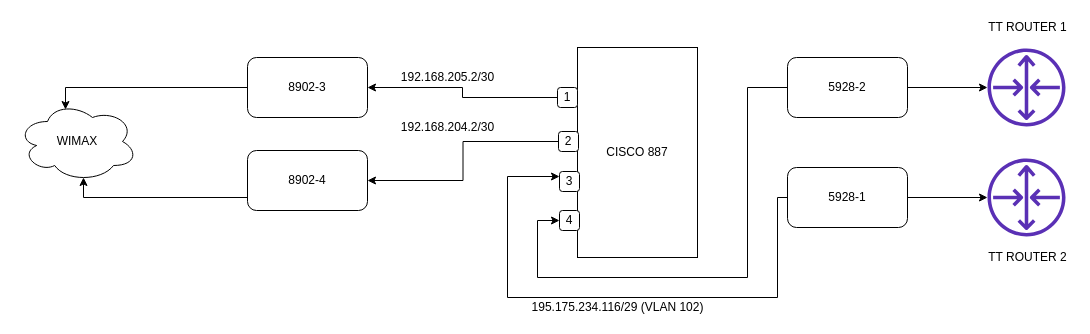
This is wimax.drawio from obilginer/ciftcirobot, a draw.io file, before an edit. Source tidied: cells renumbered, new cells numbered last; positions are measured from the earlier drawing's top-left corner, leaving out a move shared by most shapes. Both pictures are drawn from the tidied source at 100%, with x=0, y=0 at pixel (17, 17).
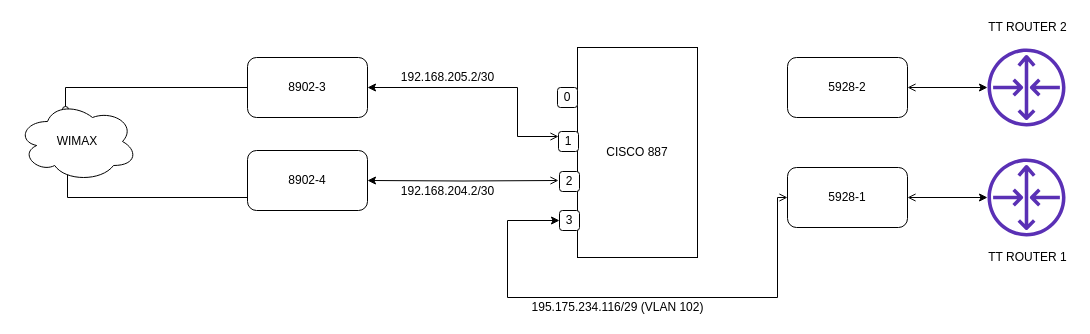
The same diagram, later.

The change refers to these unchanged cells:
```xml
<mxCell id="10" value="8902-3" style="rounded=1;whiteSpace=wrap;html=1;" parent="1" vertex="1">
  <mxGeometry x="230" y="40" width="120" height="60" as="geometry" />
</mxCell>
<mxCell id="12" value="8902-4" style="rounded=1;whiteSpace=wrap;html=1;" parent="1" vertex="1">
  <mxGeometry x="230" y="133" width="120" height="60" as="geometry" />
</mxCell>
<mxCell id="15" value="5928-2" style="rounded=1;whiteSpace=wrap;html=1;" parent="1" vertex="1">
  <mxGeometry x="770" y="40" width="120" height="60" as="geometry" />
</mxCell>
<mxCell id="18" value="5928-1" style="rounded=1;whiteSpace=wrap;html=1;" parent="1" vertex="1">
  <mxGeometry x="770" y="150" width="120" height="60" as="geometry" />
</mxCell>
<mxCell id="19" style="outlineConnect=0;fontColor=#232F3E;gradientColor=none;fillColor=#5A30B5;strokeColor=none;dashed=0;verticalLabelPosition=bottom;verticalAlign=top;align=center;html=1;fontSize=12;fontStyle=0;shape=mxgraph.aws4.router;" parent="1" vertex="1">
  <mxGeometry x="970" y="31" width="78" height="78" as="geometry" />
</mxCell>
<mxCell id="20" style="outlineConnect=0;fontColor=#232F3E;gradientColor=none;fillColor=#5A30B5;strokeColor=none;dashed=0;verticalLabelPosition=bottom;verticalAlign=top;align=center;html=1;fontSize=12;fontStyle=0;shape=mxgraph.aws4.router;" parent="1" vertex="1">
  <mxGeometry x="970" y="141" width="78" height="78" as="geometry" />
</mxCell>
<mxCell id="26" value="WIMAX" style="ellipse;shape=cloud;whiteSpace=wrap;html=1;" parent="1" vertex="1">
  <mxGeometry y="84" width="120" height="80" as="geometry" />
</mxCell>
```

Change to the diagram source:
```diff
@@
-    <mxCell id="3" style="edgeStyle=orthogonalEdgeStyle;rounded=0;jettySize=auto;html=1;exitX=0;exitY=0.5;exitDx=0;exitDy=0;entryX=1;entryY=0.5;entryDx=0;entryDy=0;" parent="1" edge="1" source="4" target="10">
-      <mxGeometry relative="1" as="geometry" />
+    <mxCell id="3" style="edgeStyle=orthogonalEdgeStyle;rounded=0;jettySize=auto;html=1;exitX=0;exitY=0.25;exitDx=0;exitDy=0;entryX=1;entryY=0.5;entryDx=0;entryDy=0;startArrow=open;startFill=0;" parent="1" edge="1" source="6" target="10">
+      <mxGeometry relative="1" as="geometry">
+        <Array as="points">
+          <mxPoint x="500" y="119" />
+          <mxPoint x="500" y="70" />
+        </Array>
+      </mxGeometry>
     </mxCell>
-    <mxCell id="4" value="1" style="rounded=1;whiteSpace=wrap;html=1;" parent="1" vertex="1">
+    <mxCell id="4" value="0" style="rounded=1;whiteSpace=wrap;html=1;" parent="1" vertex="1">
       <mxGeometry x="540" y="70" width="20" height="20" as="geometry" />
     </mxCell>
-    <mxCell id="5" style="edgeStyle=orthogonalEdgeStyle;rounded=0;jettySize=auto;html=1;exitX=0;exitY=0.5;exitDx=0;exitDy=0;entryX=1;entryY=0.5;entryDx=0;entryDy=0;" parent="1" edge="1" source="6" target="12">
-      <mxGeometry relative="1" as="geometry" />
+    <mxCell id="5" style="edgeStyle=orthogonalEdgeStyle;rounded=0;jettySize=auto;html=1;entryX=1;entryY=0.5;entryDx=0;entryDy=0;startArrow=open;startFill=0;" parent="1" edge="1" target="12">
+      <mxGeometry relative="1" as="geometry">
+        <mxPoint x="541" y="163" as="sourcePoint" />
+      </mxGeometry>
     </mxCell>
-    <mxCell id="6" value="2" style="rounded=1;whiteSpace=wrap;html=1;" parent="1" vertex="1">
+    <mxCell id="6" value="1" style="rounded=1;whiteSpace=wrap;html=1;" parent="1" vertex="1">
       <mxGeometry x="541" y="114" width="20" height="20" as="geometry" />
     </mxCell>
-    <mxCell id="7" value="3" style="rounded=1;whiteSpace=wrap;html=1;" parent="1" vertex="1">
+    <mxCell id="7" value="2" style="rounded=1;whiteSpace=wrap;html=1;" parent="1" vertex="1">
       <mxGeometry x="542" y="154" width="20" height="20" as="geometry" />
     </mxCell>
-    <mxCell id="8" value="4" style="rounded=1;whiteSpace=wrap;html=1;" parent="1" vertex="1">
+    <mxCell id="8" value="3" style="rounded=1;whiteSpace=wrap;html=1;" parent="1" vertex="1">
       <mxGeometry x="542" y="193" width="20" height="20" as="geometry" />
     </mxCell>
-    <mxCell id="9" style="edgeStyle=orthogonalEdgeStyle;rounded=0;jettySize=auto;html=1;exitX=0;exitY=0.5;exitDx=0;exitDy=0;entryX=0.4;entryY=0.1;entryDx=0;entryDy=0;entryPerimeter=0;" parent="1" edge="1" source="10" target="26">
+    <mxCell id="9" style="edgeStyle=orthogonalEdgeStyle;rounded=0;jettySize=auto;html=1;exitX=0;exitY=0.5;exitDx=0;exitDy=0;entryX=0.4;entryY=0.1;entryDx=0;entryDy=0;entryPerimeter=0;endArrow=oval;endFill=0;" parent="1" edge="1" source="10" target="26">
       <mxGeometry relative="1" as="geometry">
         <Array as="points">
           <mxPoint x="48" y="70" />
         </Array>
       </mxGeometry>
     </mxCell>
@@
-    <mxCell id="11" style="edgeStyle=orthogonalEdgeStyle;rounded=0;jettySize=auto;html=1;exitX=0;exitY=0.5;exitDx=0;exitDy=0;entryX=0.55;entryY=0.95;entryDx=0;entryDy=0;entryPerimeter=0;" parent="1" edge="1" source="12" target="26">
+    <mxCell id="11" style="edgeStyle=orthogonalEdgeStyle;rounded=0;jettySize=auto;html=1;exitX=0;exitY=0.5;exitDx=0;exitDy=0;entryX=0.31;entryY=0.8;entryDx=0;entryDy=0;entryPerimeter=0;" parent="1" edge="1" source="12" target="26">
       <mxGeometry relative="1" as="geometry">
         <Array as="points">
           <mxPoint x="230" y="180" />
-          <mxPoint x="66" y="180" />
+          <mxPoint x="50" y="180" />
+          <mxPoint x="50" y="148" />
         </Array>
       </mxGeometry>
     </mxCell>
@@
-    <mxCell id="13" style="edgeStyle=orthogonalEdgeStyle;rounded=0;jettySize=auto;html=1;exitX=0;exitY=0.5;exitDx=0;exitDy=0;entryX=0;entryY=0.5;entryDx=0;entryDy=0;" parent="1" edge="1" source="15" target="8">
-      <mxGeometry relative="1" as="geometry">
-        <Array as="points">
-          <mxPoint x="730" y="70" />
-          <mxPoint x="730" y="260" />
-          <mxPoint x="520" y="260" />
-          <mxPoint x="520" y="203" />
-        </Array>
-      </mxGeometry>
-    </mxCell>
-    <mxCell id="14" style="edgeStyle=orthogonalEdgeStyle;rounded=0;jettySize=auto;html=1;exitX=1;exitY=0.5;exitDx=0;exitDy=0;" parent="1" edge="1" source="15" target="19">
+    <mxCell id="14" style="edgeStyle=orthogonalEdgeStyle;rounded=0;jettySize=auto;html=1;exitX=1;exitY=0.5;exitDx=0;exitDy=0;startArrow=open;startFill=0;" parent="1" edge="1" source="15" target="19">
       <mxGeometry relative="1" as="geometry" />
     </mxCell>
@@
-    <mxCell id="16" style="edgeStyle=orthogonalEdgeStyle;rounded=0;jettySize=auto;html=1;exitX=0;exitY=0.5;exitDx=0;exitDy=0;entryX=0;entryY=0.25;entryDx=0;entryDy=0;" parent="1" edge="1" source="18" target="7">
+    <mxCell id="16" style="edgeStyle=orthogonalEdgeStyle;rounded=0;jettySize=auto;html=1;exitX=0;exitY=0.5;exitDx=0;exitDy=0;entryX=0;entryY=0.5;entryDx=0;entryDy=0;startArrow=open;startFill=0;" parent="1" edge="1" source="18" target="8">
       <mxGeometry relative="1" as="geometry">
         <Array as="points">
           <mxPoint x="760" y="180" />
           <mxPoint x="760" y="280" />
           <mxPoint x="490" y="280" />
-          <mxPoint x="490" y="159" />
+          <mxPoint x="490" y="203" />
         </Array>
       </mxGeometry>
     </mxCell>
-    <mxCell id="17" style="edgeStyle=orthogonalEdgeStyle;rounded=0;jettySize=auto;html=1;exitX=1;exitY=0.5;exitDx=0;exitDy=0;" parent="1" edge="1" source="18" target="20">
+    <mxCell id="17" style="edgeStyle=orthogonalEdgeStyle;rounded=0;jettySize=auto;html=1;exitX=1;exitY=0.5;exitDx=0;exitDy=0;startArrow=open;startFill=0;" parent="1" edge="1" source="18" target="20">
       <mxGeometry relative="1" as="geometry" />
     </mxCell>
@@
-    <mxCell id="21" value="TT ROUTER 2" style="text;html=1;align=center;verticalAlign=middle;strokeColor=none;" parent="1" vertex="1">
+    <mxCell id="21" value="TT ROUTER 1" style="text;html=1;align=center;verticalAlign=middle;strokeColor=none;" parent="1" vertex="1">
       <mxGeometry x="965" y="230" width="90" height="20" as="geometry" />
     </mxCell>
-    <mxCell id="22" value="TT ROUTER 1" style="text;html=1;align=center;verticalAlign=middle;strokeColor=none;" parent="1" vertex="1">
+    <mxCell id="22" value="TT ROUTER 2" style="text;html=1;align=center;verticalAlign=middle;strokeColor=none;" parent="1" vertex="1">
       <mxGeometry x="965" width="90" height="20" as="geometry" />
     </mxCell>
@@
     <mxCell id="24" value="192.168.204.2/30" style="text;html=1;align=center;verticalAlign=middle;strokeColor=none;" parent="1" vertex="1">
-      <mxGeometry x="375" y="100" width="110" height="20" as="geometry" />
+      <mxGeometry x="375" y="164" width="110" height="20" as="geometry" />
     </mxCell>
```
